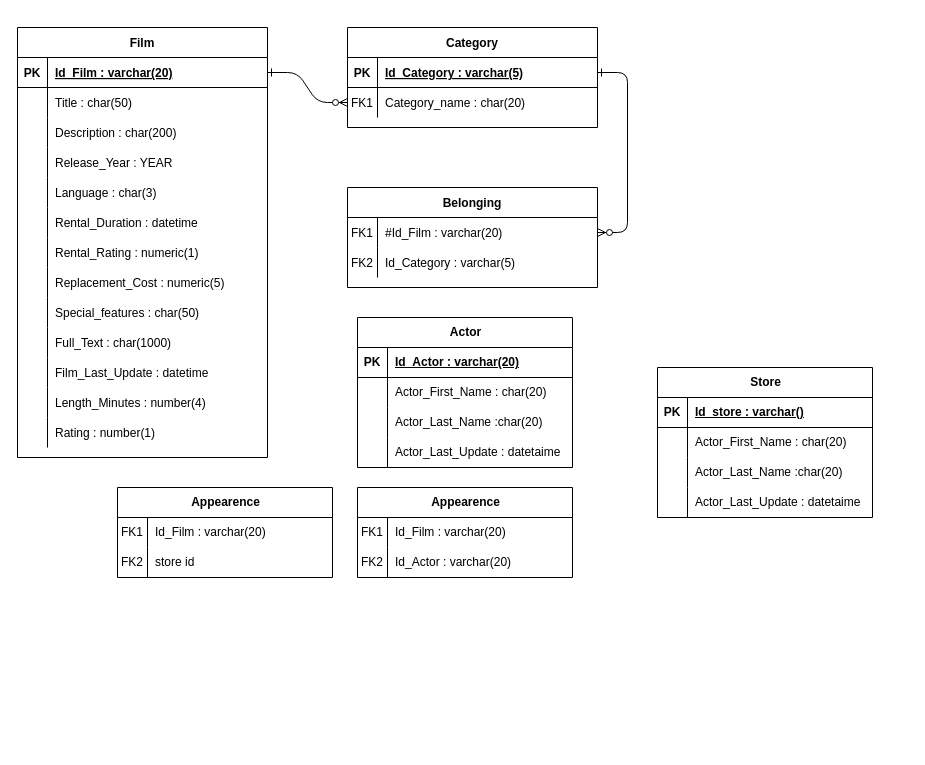
nexossama/01testing keeps this draw.io diagram as Diagramme sans nom.drawio. Above is the earlier version. Source tidied: cells renumbered, new cells numbered last; positions are measured from the earlier drawing's top-left corner, leaving out a move shared by most shapes. Both pictures are drawn from the tidied source at 100%, with x=0, y=0 at pixel (17, 27).
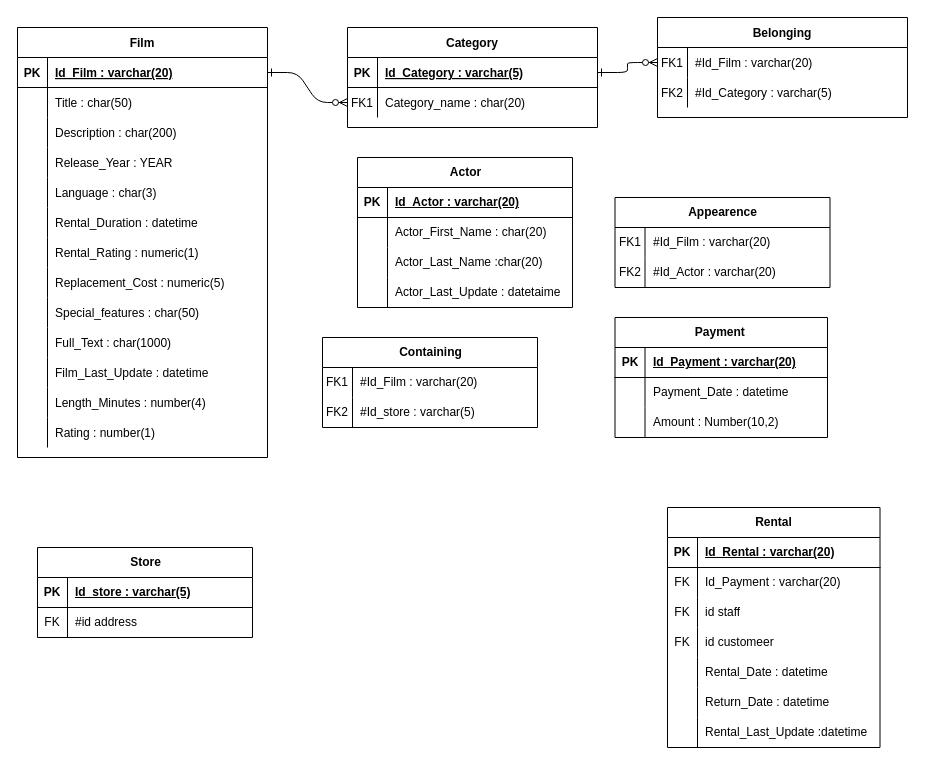
The same diagram, later.

Unchanged cells that the change refers to:
```xml
<mxCell id="15" style="shape=partialRectangle;fillColor=none;top=0;left=0;right=0;bottom=0;" parent="11" vertex="1">
  <mxGeometry y="60" width="250" height="30" as="geometry" />
</mxCell>
<mxCell id="72" style="shape=tableRow;horizontal=0;startSize=0;swimlaneHead=0;swimlaneBody=0;fillColor=none;top=0;left=0;right=0;bottom=0;" parent="71" vertex="1">
  <mxGeometry y="30" width="215" height="30" as="geometry" />
</mxCell>
<mxCell id="75" style="shape=tableRow;horizontal=0;startSize=0;swimlaneHead=0;swimlaneBody=0;fillColor=none;top=0;left=0;right=0;bottom=0;" parent="71" vertex="1">
  <mxGeometry y="60" width="215" height="30" as="geometry" />
</mxCell>
<mxCell id="79" style="shape=tableRow;horizontal=0;startSize=0;swimlaneHead=0;swimlaneBody=0;fillColor=none;top=0;left=0;right=0;bottom=0;" parent="78" vertex="1">
  <mxGeometry y="30" width="215" height="30" as="geometry" />
</mxCell>
<mxCell id="82" style="shape=tableRow;horizontal=0;startSize=0;swimlaneHead=0;swimlaneBody=0;fillColor=none;top=0;left=0;right=0;bottom=0;" parent="78" vertex="1">
  <mxGeometry y="60" width="215" height="30" as="geometry" />
</mxCell>
<mxCell id="86" style="shape=tableRow;horizontal=0;startSize=0;swimlaneHead=0;swimlaneBody=0;fillColor=none;top=0;left=0;right=0;bottom=1;" parent="85" vertex="1">
  <mxGeometry y="30" width="215" height="30" as="geometry" />
</mxCell>
<mxCell id="89" style="shape=tableRow;horizontal=0;startSize=0;swimlaneHead=0;swimlaneBody=0;fillColor=none;top=0;left=0;right=0;bottom=0;" parent="85" vertex="1">
  <mxGeometry y="60" width="215" height="30" as="geometry" />
</mxCell>
```

What changed in the source:
```diff
@@
     <mxCell id="11" value="Belonging" style="shape=table;startSize=30;childLayout=tableLayout;rowLines=0;fontStyle=1;align=center;" parent="1" vertex="1">
-      <mxGeometry x="330" y="160" width="250" height="100" as="geometry" />
+      <mxGeometry x="640" y="-10" width="250" height="100" as="geometry" />
     </mxCell>
@@
-    <mxCell id="17" value="Id_Category : varchar(5)" style="shape=partialRectangle;overflow=hidden;fillColor=none;top=0;left=0;bottom=0;right=0;align=left;spacingLeft=6;" parent="15" vertex="1">
+    <mxCell id="17" value="#Id_Category : varchar(5)" style="shape=partialRectangle;overflow=hidden;fillColor=none;top=0;left=0;bottom=0;right=0;align=left;spacingLeft=6;" parent="15" vertex="1">
       <mxGeometry x="30" width="220" height="30" as="geometry" />
     </mxCell>
@@
     <mxCell id="58" value="Actor" style="shape=table;startSize=30;childLayout=tableLayout;rowLines=0;fontStyle=1;align=center;html=1;" parent="1" vertex="1">
-      <mxGeometry x="340" y="290" width="215" height="150" as="geometry" />
+      <mxGeometry x="340" y="130" width="215" height="150" as="geometry" />
     </mxCell>
@@
     <mxCell id="71" value="Appearence" style="shape=table;startSize=30;childLayout=tableLayout;rowLines=0;fontStyle=1;align=center;html=1;" parent="1" vertex="1">
-      <mxGeometry x="340" y="460" width="215" height="90" as="geometry" />
+      <mxGeometry x="597.5" y="170" width="215" height="90" as="geometry" />
     </mxCell>
@@
-    <mxCell id="74" value="Id_Film : varchar(20)" style="shape=partialRectangle;fillColor=none;top=0;left=0;bottom=0;right=0;align=left;spacingLeft=6;overflow=hidden;whiteSpace=wrap;html=1;" parent="72" vertex="1">
+    <mxCell id="74" value="#Id_Film : varchar(20)" style="shape=partialRectangle;fillColor=none;top=0;left=0;bottom=0;right=0;align=left;spacingLeft=6;overflow=hidden;whiteSpace=wrap;html=1;" parent="72" vertex="1">
       <mxGeometry x="30" width="185" height="30" as="geometry" />
     </mxCell>
@@
-    <mxCell id="77" value="&lt;span style=&quot;border-color: var(--border-color);&quot;&gt;&lt;span style=&quot;border-color: var(--border-color);&quot;&gt;Id_Actor : varchar(20)&lt;/span&gt;&lt;/span&gt;" style="shape=partialRectangle;fillColor=none;top=0;left=0;bottom=0;right=0;align=left;spacingLeft=6;overflow=hidden;whiteSpace=wrap;html=1;" parent="75" vertex="1">
+    <mxCell id="77" value="&lt;span style=&quot;border-color: var(--border-color);&quot;&gt;&lt;span style=&quot;border-color: var(--border-color);&quot;&gt;#Id_Actor : varchar(20)&lt;/span&gt;&lt;/span&gt;" style="shape=partialRectangle;fillColor=none;top=0;left=0;bottom=0;right=0;align=left;spacingLeft=6;overflow=hidden;whiteSpace=wrap;html=1;" parent="75" vertex="1">
       <mxGeometry x="30" width="185" height="30" as="geometry" />
     </mxCell>
-    <mxCell id="78" value="Appearence" style="shape=table;startSize=30;childLayout=tableLayout;rowLines=0;fontStyle=1;align=center;html=1;" parent="1" vertex="1">
-      <mxGeometry x="100" y="460" width="215" height="90" as="geometry" />
+    <mxCell id="78" value="Containing" style="shape=table;startSize=30;childLayout=tableLayout;rowLines=0;fontStyle=1;align=center;html=1;" parent="1" vertex="1">
+      <mxGeometry x="305" y="310" width="215" height="90" as="geometry" />
     </mxCell>
@@
-    <mxCell id="81" value="Id_Film : varchar(20)" style="shape=partialRectangle;fillColor=none;top=0;left=0;bottom=0;right=0;align=left;spacingLeft=6;overflow=hidden;whiteSpace=wrap;html=1;" parent="79" vertex="1">
+    <mxCell id="81" value="#Id_Film : varchar(20)" style="shape=partialRectangle;fillColor=none;top=0;left=0;bottom=0;right=0;align=left;spacingLeft=6;overflow=hidden;whiteSpace=wrap;html=1;" parent="79" vertex="1">
       <mxGeometry x="30" width="185" height="30" as="geometry" />
     </mxCell>
@@
-    <mxCell id="84" value="&lt;span style=&quot;border-color: var(--border-color);&quot;&gt;&lt;span style=&quot;border-color: var(--border-color);&quot;&gt;store id&lt;/span&gt;&lt;/span&gt;" style="shape=partialRectangle;fillColor=none;top=0;left=0;bottom=0;right=0;align=left;spacingLeft=6;overflow=hidden;whiteSpace=wrap;html=1;" parent="82" vertex="1">
+    <mxCell id="84" value="&lt;span style=&quot;border-color: var(--border-color);&quot;&gt;&lt;span style=&quot;border-color: var(--border-color);&quot;&gt;#Id_store : varchar(5)&lt;/span&gt;&lt;/span&gt;" style="shape=partialRectangle;fillColor=none;top=0;left=0;bottom=0;right=0;align=left;spacingLeft=6;overflow=hidden;whiteSpace=wrap;html=1;" parent="82" vertex="1">
       <mxGeometry x="30" width="185" height="30" as="geometry" />
     </mxCell>
     <mxCell id="85" value="Store" style="shape=table;startSize=30;childLayout=tableLayout;rowLines=0;fontStyle=1;align=center;html=1;" parent="1" vertex="1">
-      <mxGeometry x="640" y="340" width="215" height="150" as="geometry" />
+      <mxGeometry x="20" y="520" width="215" height="90" as="geometry" />
     </mxCell>
@@
-    <mxCell id="88" value="&lt;b style=&quot;border-color: var(--border-color);&quot;&gt;&lt;u style=&quot;border-color: var(--border-color);&quot;&gt;Id_store : varchar()&lt;/u&gt;&lt;/b&gt;" style="shape=partialRectangle;fillColor=none;top=0;left=0;bottom=0;right=0;align=left;spacingLeft=6;fontStyle=5;overflow=hidden;whiteSpace=wrap;html=1;" parent="86" vertex="1">
+    <mxCell id="88" value="&lt;b style=&quot;border-color: var(--border-color);&quot;&gt;&lt;u style=&quot;border-color: var(--border-color);&quot;&gt;Id_store : varchar(5)&lt;/u&gt;&lt;/b&gt;" style="shape=partialRectangle;fillColor=none;top=0;left=0;bottom=0;right=0;align=left;spacingLeft=6;fontStyle=5;overflow=hidden;whiteSpace=wrap;html=1;" parent="86" vertex="1">
       <mxGeometry x="30" width="185" height="30" as="geometry" />
     </mxCell>
@@
-    <mxCell id="90" style="shape=partialRectangle;fillColor=none;top=0;left=0;bottom=0;right=0;overflow=hidden;whiteSpace=wrap;html=1;" parent="89" vertex="1">
+    <mxCell id="90" value="FK" style="shape=partialRectangle;fillColor=none;top=0;left=0;bottom=0;right=0;overflow=hidden;whiteSpace=wrap;html=1;" parent="89" vertex="1">
       <mxGeometry width="30" height="30" as="geometry" />
     </mxCell>
-    <mxCell id="91" value="Actor_First_Name : char(20)" style="shape=partialRectangle;fillColor=none;top=0;left=0;bottom=0;right=0;align=left;spacingLeft=6;overflow=hidden;whiteSpace=wrap;html=1;" parent="89" vertex="1">
+    <mxCell id="91" value="#id address" style="shape=partialRectangle;fillColor=none;top=0;left=0;bottom=0;right=0;align=left;spacingLeft=6;overflow=hidden;whiteSpace=wrap;html=1;" parent="89" vertex="1">
       <mxGeometry x="30" width="185" height="30" as="geometry" />
     </mxCell>
-    <mxCell id="92" style="shape=tableRow;horizontal=0;startSize=0;swimlaneHead=0;swimlaneBody=0;fillColor=none;top=0;left=0;right=0;bottom=0;" parent="85" vertex="1">
-      <mxGeometry y="90" width="215" height="30" as="geometry" />
-    </mxCell>
-    <mxCell id="93" style="shape=partialRectangle;fillColor=none;top=0;left=0;bottom=0;right=0;overflow=hidden;whiteSpace=wrap;html=1;" parent="92" vertex="1">
-      <mxGeometry width="30" height="30" as="geometry" />
-    </mxCell>
-    <mxCell id="94" value="Actor_Last_Name :char(20)" style="shape=partialRectangle;fillColor=none;top=0;left=0;bottom=0;right=0;align=left;spacingLeft=6;overflow=hidden;whiteSpace=wrap;html=1;" parent="92" vertex="1">
-      <mxGeometry x="30" width="185" height="30" as="geometry" />
-    </mxCell>
-    <mxCell id="95" style="shape=tableRow;horizontal=0;startSize=0;swimlaneHead=0;swimlaneBody=0;fillColor=none;top=0;left=0;right=0;bottom=0;" parent="85" vertex="1">
-      <mxGeometry y="120" width="215" height="30" as="geometry" />
-    </mxCell>
-    <mxCell id="96" style="shape=partialRectangle;fillColor=none;top=0;left=0;bottom=0;right=0;overflow=hidden;whiteSpace=wrap;html=1;" parent="95" vertex="1">
-      <mxGeometry width="30" height="30" as="geometry" />
-    </mxCell>
-    <mxCell id="97" value="Actor_Last_Update : datetaime" style="shape=partialRectangle;fillColor=none;top=0;left=0;bottom=0;right=0;align=left;spacingLeft=6;overflow=hidden;whiteSpace=wrap;html=1;" parent="95" vertex="1">
-      <mxGeometry x="30" width="185" height="30" as="geometry" />
-    </mxCell>
+    <mxCell id="98" value="Rental" style="shape=table;startSize=30;childLayout=tableLayout;rowLines=0;fontStyle=1;align=center;html=1;" parent="1" vertex="1">
+      <mxGeometry x="650" y="480" width="212.5" height="240" as="geometry" />
+    </mxCell>
+    <mxCell id="99" style="shape=tableRow;horizontal=0;startSize=0;swimlaneHead=0;swimlaneBody=0;fillColor=none;top=0;left=0;right=0;bottom=1;" parent="98" vertex="1">
+      <mxGeometry y="30" width="212.5" height="30" as="geometry" />
+    </mxCell>
+    <mxCell id="100" value="PK" style="shape=partialRectangle;fillColor=none;top=0;left=0;bottom=0;right=0;fontStyle=1;overflow=hidden;whiteSpace=wrap;html=1;" parent="99" vertex="1">
+      <mxGeometry width="30" height="30" as="geometry" />
+    </mxCell>
+    <mxCell id="101" value="&lt;b style=&quot;border-color: var(--border-color);&quot;&gt;&lt;u style=&quot;border-color: var(--border-color);&quot;&gt;Id_Rental : varchar(20)&lt;/u&gt;&lt;/b&gt;" style="shape=partialRectangle;fillColor=none;top=0;left=0;bottom=0;right=0;align=left;spacingLeft=6;fontStyle=5;overflow=hidden;whiteSpace=wrap;html=1;" parent="99" vertex="1">
+      <mxGeometry x="30" width="182.5" height="30" as="geometry" />
+    </mxCell>
+    <mxCell id="102" style="shape=tableRow;horizontal=0;startSize=0;swimlaneHead=0;swimlaneBody=0;fillColor=none;top=0;left=0;right=0;bottom=0;" parent="98" vertex="1">
+      <mxGeometry y="60" width="212.5" height="30" as="geometry" />
+    </mxCell>
+    <mxCell id="103" value="FK" style="shape=partialRectangle;fillColor=none;top=0;left=0;bottom=0;right=0;overflow=hidden;whiteSpace=wrap;html=1;" parent="102" vertex="1">
+      <mxGeometry width="30" height="30" as="geometry" />
+    </mxCell>
+    <mxCell id="104" value="&lt;span style=&quot;border-color: var(--border-color);&quot;&gt;&lt;span style=&quot;border-color: var(--border-color);&quot;&gt;Id_Payment : varchar(20)&lt;/span&gt;&lt;/span&gt;" style="shape=partialRectangle;fillColor=none;top=0;left=0;bottom=0;right=0;align=left;spacingLeft=6;overflow=hidden;whiteSpace=wrap;html=1;" parent="102" vertex="1">
+      <mxGeometry x="30" width="182.5" height="30" as="geometry" />
+    </mxCell>
+    <mxCell id="105" style="shape=tableRow;horizontal=0;startSize=0;swimlaneHead=0;swimlaneBody=0;fillColor=none;top=0;left=0;right=0;bottom=0;" parent="98" vertex="1">
+      <mxGeometry y="90" width="212.5" height="30" as="geometry" />
+    </mxCell>
+    <mxCell id="106" value="FK" style="shape=partialRectangle;fillColor=none;top=0;left=0;bottom=0;right=0;overflow=hidden;whiteSpace=wrap;html=1;" parent="105" vertex="1">
+      <mxGeometry width="30" height="30" as="geometry" />
+    </mxCell>
+    <mxCell id="107" value="id staff" style="shape=partialRectangle;fillColor=none;top=0;left=0;bottom=0;right=0;align=left;spacingLeft=6;overflow=hidden;whiteSpace=wrap;html=1;" parent="105" vertex="1">
+      <mxGeometry x="30" width="182.5" height="30" as="geometry" />
+    </mxCell>
+    <mxCell id="108" style="shape=tableRow;horizontal=0;startSize=0;swimlaneHead=0;swimlaneBody=0;fillColor=none;top=0;left=0;right=0;bottom=0;" parent="98" vertex="1">
+      <mxGeometry y="120" width="212.5" height="30" as="geometry" />
+    </mxCell>
+    <mxCell id="109" value="FK" style="shape=partialRectangle;fillColor=none;top=0;left=0;bottom=0;right=0;overflow=hidden;whiteSpace=wrap;html=1;" parent="108" vertex="1">
+      <mxGeometry width="30" height="30" as="geometry" />
+    </mxCell>
+    <mxCell id="110" value="id customeer" style="shape=partialRectangle;fillColor=none;top=0;left=0;bottom=0;right=0;align=left;spacingLeft=6;overflow=hidden;whiteSpace=wrap;html=1;" parent="108" vertex="1">
+      <mxGeometry x="30" width="182.5" height="30" as="geometry" />
+    </mxCell>
+    <mxCell id="111" style="shape=tableRow;horizontal=0;startSize=0;swimlaneHead=0;swimlaneBody=0;fillColor=none;top=0;left=0;right=0;bottom=0;" parent="98" vertex="1">
+      <mxGeometry y="150" width="212.5" height="30" as="geometry" />
+    </mxCell>
+    <mxCell id="112" style="shape=partialRectangle;fillColor=none;top=0;left=0;bottom=0;right=0;overflow=hidden;whiteSpace=wrap;html=1;" parent="111" vertex="1">
+      <mxGeometry width="30" height="30" as="geometry" />
+    </mxCell>
+    <mxCell id="113" value="Rental_Date : datetime" style="shape=partialRectangle;fillColor=none;top=0;left=0;bottom=0;right=0;align=left;spacingLeft=6;overflow=hidden;whiteSpace=wrap;html=1;" parent="111" vertex="1">
+      <mxGeometry x="30" width="182.5" height="30" as="geometry" />
+    </mxCell>
+    <mxCell id="114" style="shape=tableRow;horizontal=0;startSize=0;swimlaneHead=0;swimlaneBody=0;fillColor=none;top=0;left=0;right=0;bottom=0;" parent="98" vertex="1">
+      <mxGeometry y="180" width="212.5" height="30" as="geometry" />
+    </mxCell>
+    <mxCell id="115" style="shape=partialRectangle;fillColor=none;top=0;left=0;bottom=0;right=0;overflow=hidden;whiteSpace=wrap;html=1;" parent="114" vertex="1">
+      <mxGeometry width="30" height="30" as="geometry" />
+    </mxCell>
+    <mxCell id="116" value="Return_Date : datetime" style="shape=partialRectangle;fillColor=none;top=0;left=0;bottom=0;right=0;align=left;spacingLeft=6;overflow=hidden;whiteSpace=wrap;html=1;" parent="114" vertex="1">
+      <mxGeometry x="30" width="182.5" height="30" as="geometry" />
+    </mxCell>
+    <mxCell id="117" style="shape=tableRow;horizontal=0;startSize=0;swimlaneHead=0;swimlaneBody=0;fillColor=none;top=0;left=0;right=0;bottom=0;" parent="98" vertex="1">
+      <mxGeometry y="210" width="212.5" height="30" as="geometry" />
+    </mxCell>
+    <mxCell id="118" style="shape=partialRectangle;fillColor=none;top=0;left=0;bottom=0;right=0;overflow=hidden;whiteSpace=wrap;html=1;" parent="117" vertex="1">
+      <mxGeometry width="30" height="30" as="geometry" />
+    </mxCell>
+    <mxCell id="119" value="Rental_Last_Update :datetime" style="shape=partialRectangle;fillColor=none;top=0;left=0;bottom=0;right=0;align=left;spacingLeft=6;overflow=hidden;whiteSpace=wrap;html=1;" parent="117" vertex="1">
+      <mxGeometry x="30" width="182.5" height="30" as="geometry" />
+    </mxCell>
+    <mxCell id="120" value="Payment&amp;nbsp;" style="shape=table;startSize=30;childLayout=tableLayout;rowLines=0;fontStyle=1;align=center;html=1;" parent="1" vertex="1">
+      <mxGeometry x="597.5" y="290" width="212.5" height="120" as="geometry" />
+    </mxCell>
+    <mxCell id="121" style="shape=tableRow;horizontal=0;startSize=0;swimlaneHead=0;swimlaneBody=0;fillColor=none;top=0;left=0;right=0;bottom=1;" parent="120" vertex="1">
+      <mxGeometry y="30" width="212.5" height="30" as="geometry" />
+    </mxCell>
+    <mxCell id="122" value="PK" style="shape=partialRectangle;fillColor=none;top=0;left=0;bottom=0;right=0;fontStyle=1;overflow=hidden;whiteSpace=wrap;html=1;" parent="121" vertex="1">
+      <mxGeometry width="30" height="30" as="geometry" />
+    </mxCell>
+    <mxCell id="123" value="&lt;b style=&quot;border-color: var(--border-color);&quot;&gt;&lt;u style=&quot;border-color: var(--border-color);&quot;&gt;Id_Payment : varchar(20)&lt;/u&gt;&lt;/b&gt;" style="shape=partialRectangle;fillColor=none;top=0;left=0;bottom=0;right=0;align=left;spacingLeft=6;fontStyle=5;overflow=hidden;whiteSpace=wrap;html=1;" parent="121" vertex="1">
+      <mxGeometry x="30" width="182.5" height="30" as="geometry" />
+    </mxCell>
+    <mxCell id="124" style="shape=tableRow;horizontal=0;startSize=0;swimlaneHead=0;swimlaneBody=0;fillColor=none;top=0;left=0;right=0;bottom=0;" parent="120" vertex="1">
+      <mxGeometry y="60" width="212.5" height="30" as="geometry" />
+    </mxCell>
+    <mxCell id="125" style="shape=partialRectangle;fillColor=none;top=0;left=0;bottom=0;right=0;overflow=hidden;whiteSpace=wrap;html=1;" parent="124" vertex="1">
+      <mxGeometry width="30" height="30" as="geometry" />
+    </mxCell>
+    <mxCell id="126" value="Payment_Date : datetime" style="shape=partialRectangle;fillColor=none;top=0;left=0;bottom=0;right=0;align=left;spacingLeft=6;overflow=hidden;whiteSpace=wrap;html=1;" parent="124" vertex="1">
+      <mxGeometry x="30" width="182.5" height="30" as="geometry" />
+    </mxCell>
+    <mxCell id="127" style="shape=tableRow;horizontal=0;startSize=0;swimlaneHead=0;swimlaneBody=0;fillColor=none;top=0;left=0;right=0;bottom=0;" parent="120" vertex="1">
+      <mxGeometry y="90" width="212.5" height="30" as="geometry" />
+    </mxCell>
+    <mxCell id="128" style="shape=partialRectangle;fillColor=none;top=0;left=0;bottom=0;right=0;overflow=hidden;whiteSpace=wrap;html=1;" parent="127" vertex="1">
+      <mxGeometry width="30" height="30" as="geometry" />
+    </mxCell>
+    <mxCell id="129" value="Amount : Number(10,2)" style="shape=partialRectangle;fillColor=none;top=0;left=0;bottom=0;right=0;align=left;spacingLeft=6;overflow=hidden;whiteSpace=wrap;html=1;" parent="127" vertex="1">
+      <mxGeometry x="30" width="182.5" height="30" as="geometry" />
+    </mxCell>
```
